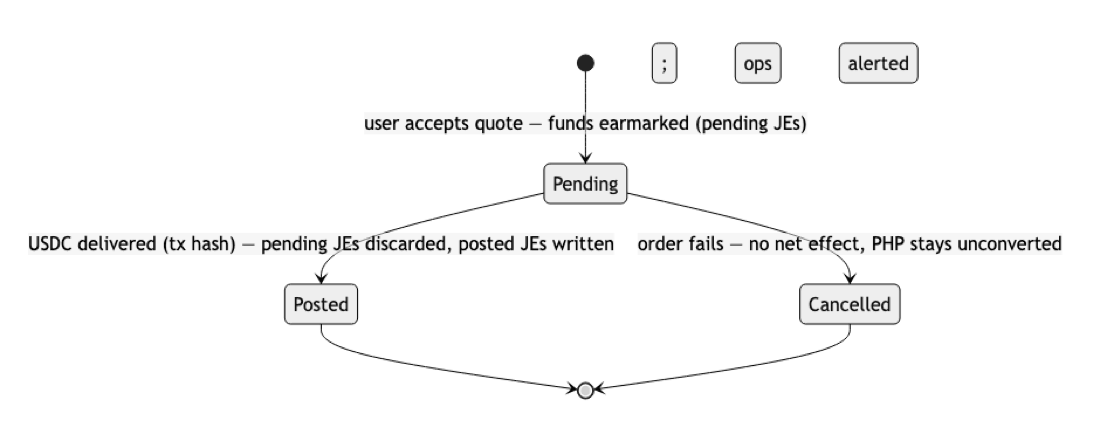
STAbraham/stablecoin-project keeps this Mermaid diagram as tracks/c-usdc-vasp-privy/research/diagrams/order-lifecycle.png. Above is the earlier version. Its source is kept beside it as tracks/c-usdc-vasp-privy/research/diagrams/order-lifecycle.mmd. Source of this version:
```mermaid
stateDiagram-v2
    [*] --> Pending: user accepts quote — funds earmarked (pending JEs)
    Pending --> Posted: USDC delivered (tx hash) — pending JEs discarded, posted JEs written
    Pending --> Cancelled: order fails — no net effect, PHP stays unconverted; ops alerted
    Posted --> [*]
    Cancelled --> [*]
```
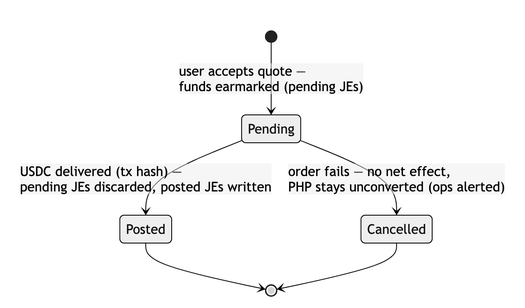
After the change.

The edit, as a diff of the source:
```diff
@@ -1,6 +1,6 @@
 stateDiagram-v2
-    [*] --> Pending: user accepts quote — funds earmarked (pending JEs)
-    Pending --> Posted: USDC delivered (tx hash) — pending JEs discarded, posted JEs written
-    Pending --> Cancelled: order fails — no net effect, PHP stays unconverted; ops alerted
+    [*] --> Pending: user accepts quote —<br/>funds earmarked (pending JEs)
+    Pending --> Posted: USDC delivered (tx hash) —<br/>pending JEs discarded, posted JEs written
+    Pending --> Cancelled: order fails — no net effect,<br/>PHP stays unconverted (ops alerted)
     Posted --> [*]
     Cancelled --> [*]
```
